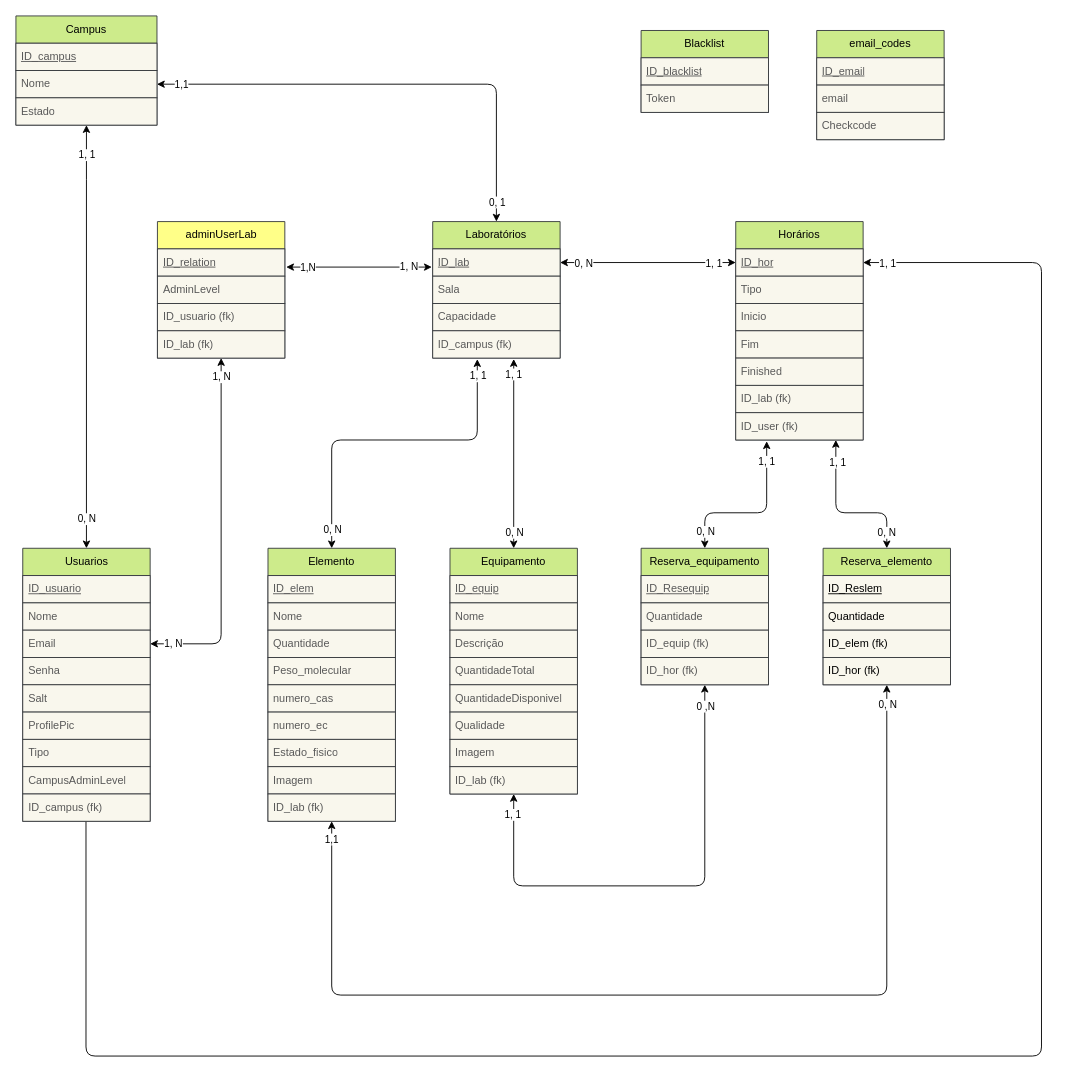
Before: diagrams/database.drawio in MatheusCamargoGinebro/APIFlab, a draw.io diagram. Source tidied: cells renumbered, new cells numbered last; positions are measured from the earlier drawing's top-left corner, leaving out a move shared by most shapes. Both pictures are drawn from the tidied source at 91%, with x=0, y=0 at pixel (15, 15).
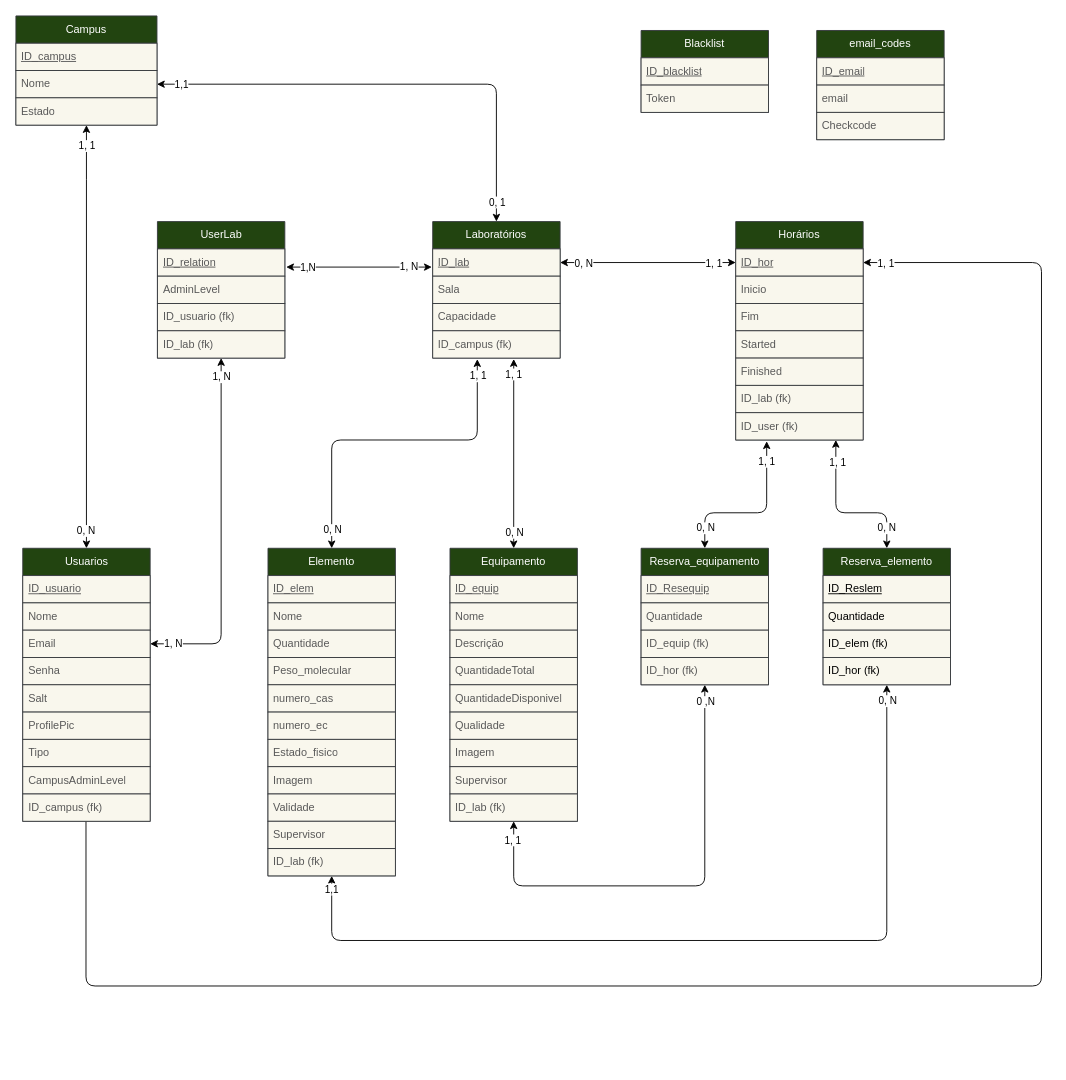
The same diagram, later.

The change refers to these unchanged cells:
```xml
<mxCell id="18" style="edgeStyle=orthogonalEdgeStyle;rounded=0;jettySize=auto;html=1;entryX=0.5;entryY=0;entryDx=0;entryDy=0;startArrow=classic;startFill=1;exitX=0.5;exitY=1;exitDx=0;exitDy=0;" parent="1" edge="1" source="21" target="8">
  <mxGeometry relative="1" as="geometry">
    <Array as="points">
      <mxPoint x="78" y="180" />
      <mxPoint x="77" y="180" />
    </Array>
  </mxGeometry>
</mxCell>
<mxCell id="33" style="edgeStyle=orthogonalEdgeStyle;rounded=1;jettySize=auto;html=1;startArrow=classic;startFill=1;exitX=0.243;exitY=1.047;exitDx=0;exitDy=0;exitPerimeter=0;" parent="1" edge="1" source="46" target="78">
  <mxGeometry relative="1" as="geometry">
    <Array as="points">
      <mxPoint x="825" y="546" />
      <mxPoint x="757" y="546" />
    </Array>
  </mxGeometry>
</mxCell>
<mxCell id="36" style="edgeStyle=orthogonalEdgeStyle;rounded=1;jettySize=auto;html=1;entryX=0.5;entryY=0;entryDx=0;entryDy=0;startArrow=classic;startFill=1;" parent="1" edge="1" source="39" target="83">
  <mxGeometry relative="1" as="geometry">
    <Array as="points">
      <mxPoint x="901" y="546" />
      <mxPoint x="957" y="546" />
    </Array>
  </mxGeometry>
</mxCell>
<mxCell id="40" value="ID_hor" style="text;strokeColor=#36393d;fillColor=#f9f7ed;align=left;verticalAlign=middle;spacingLeft=4;spacingRight=4;overflow=hidden;points=[[0,0.5],[1,0.5]];portConstraint=eastwest;whiteSpace=wrap;html=1;fontStyle=4;fontColor=#595959;" parent="39" vertex="1">
  <mxGeometry y="30" width="140" height="30" as="geometry" />
</mxCell>
<mxCell id="60" style="edgeStyle=orthogonalEdgeStyle;html=1;startArrow=classic;startFill=1;entryX=0.5;entryY=1;entryDx=0;entryDy=0;" parent="1" edge="1" source="63" target="78">
  <mxGeometry relative="1" as="geometry">
    <Array as="points">
      <mxPoint x="547" y="956" />
      <mxPoint x="757" y="956" />
    </Array>
  </mxGeometry>
</mxCell>
```

Diff of the diagram source:
```diff
@@
     <mxCell id="2" style="edgeStyle=orthogonalEdgeStyle;rounded=1;jettySize=auto;html=1;startArrow=classic;startFill=1;entryX=1;entryY=0.5;entryDx=0;entryDy=0;" parent="1" edge="1" target="40">
       <mxGeometry relative="1" as="geometry">
         <mxPoint x="77" y="768" as="sourcePoint" />
         <Array as="points">
-          <mxPoint x="77" y="1143" />
-          <mxPoint x="1127" y="1143" />
+          <mxPoint x="77" y="1066" />
+          <mxPoint x="1127" y="1066" />
           <mxPoint x="1127" y="271" />
         </Array>
       </mxGeometry>
     </mxCell>
@@
-    <mxCell id="8" value="Usuarios" style="swimlane;fontStyle=0;horizontal=1;startSize=30;whiteSpace=wrap;html=1;fillColor=#cdeb8b;strokeColor=#36393d;fontColor=#000000;" parent="1" vertex="1">
+    <mxCell id="8" value="Usuarios" style="swimlane;fontStyle=0;horizontal=1;startSize=30;whiteSpace=wrap;html=1;fillColor=#224410;strokeColor=#36393d;fontColor=#FFFFFF;" parent="1" vertex="1">
       <mxGeometry x="7.5" y="585" width="140" height="300" as="geometry" />
     </mxCell>
@@
     <mxCell id="19" value="1, 1" style="edgeLabel;html=1;align=center;verticalAlign=middle;fontColor=#000000;labelBackgroundColor=#FFFFFF;" parent="18" vertex="1">
       <mxGeometry x="-0.77" y="1" relative="1" as="geometry">
-        <mxPoint x="-1" y="-21" as="offset" />
+        <mxPoint x="-1" y="-31" as="offset" />
       </mxGeometry>
     </mxCell>
     <mxCell id="20" value="0, N" style="edgeLabel;html=1;align=center;verticalAlign=middle;fontColor=#000000;labelBackgroundColor=#FFFFFF;" parent="18" vertex="1">
       <mxGeometry x="0.74" y="1" relative="1" as="geometry">
-        <mxPoint x="-1" y="27" as="offset" />
+        <mxPoint x="-2" y="40" as="offset" />
       </mxGeometry>
     </mxCell>
-    <mxCell id="21" value="Campus" style="swimlane;fontStyle=0;horizontal=1;startSize=30;whiteSpace=wrap;html=1;fillColor=#cdeb8b;strokeColor=#36393d;fontColor=#000000;" parent="1" vertex="1">
+    <mxCell id="21" value="Campus" style="swimlane;fontStyle=0;horizontal=1;startSize=30;whiteSpace=wrap;html=1;fillColor=#224410;strokeColor=#36393d;fontColor=#FFFFFF;" parent="1" vertex="1">
       <mxGeometry width="155" height="120" as="geometry" />
     </mxCell>
@@
-    <mxCell id="28" value="Laboratórios" style="swimlane;fontStyle=0;horizontal=1;startSize=30;whiteSpace=wrap;html=1;fillColor=#cdeb8b;strokeColor=#36393d;fontColor=#000000;" parent="1" vertex="1">
+    <mxCell id="28" value="Laboratórios" style="swimlane;fontStyle=0;horizontal=1;startSize=30;whiteSpace=wrap;html=1;fillColor=#224410;strokeColor=#36393d;fontColor=#FFFFFF;" parent="1" vertex="1">
       <mxGeometry x="458" y="226" width="140" height="150" as="geometry" />
     </mxCell>
@@
     <mxCell id="35" value="0, N" style="edgeLabel;html=1;align=center;verticalAlign=middle;fontColor=#000000;labelBackgroundColor=#FFFFFF;" parent="33" vertex="1">
       <mxGeometry x="0.76" y="1" relative="1" as="geometry">
-        <mxPoint x="-1" y="4" as="offset" />
+        <mxPoint x="-1" as="offset" />
       </mxGeometry>
     </mxCell>
@@
     <mxCell id="37" value="0, N" style="edgeLabel;html=1;align=center;verticalAlign=middle;fontColor=#000000;labelBackgroundColor=#FFFFFF;" parent="36" vertex="1">
       <mxGeometry x="0.76" y="2" relative="1" as="geometry">
-        <mxPoint x="-3" y="3" as="offset" />
+        <mxPoint x="-3" y="-2" as="offset" />
       </mxGeometry>
     </mxCell>
@@
-    <mxCell id="39" value="Horários" style="swimlane;fontStyle=0;horizontal=1;startSize=30;whiteSpace=wrap;html=1;fillColor=#cdeb8b;strokeColor=#36393d;fontColor=#000000;" parent="1" vertex="1">
+    <mxCell id="39" value="Horários" style="swimlane;fontStyle=0;horizontal=1;startSize=30;whiteSpace=wrap;html=1;fillColor=#224410;strokeColor=#36393d;fontColor=#FFFFFF;" parent="1" vertex="1">
       <mxGeometry x="791" y="226" width="140" height="240" as="geometry" />
     </mxCell>
@@
-    <mxCell id="41" value="Tipo" style="text;strokeColor=#36393d;fillColor=#f9f7ed;align=left;verticalAlign=middle;spacingLeft=4;spacingRight=4;overflow=hidden;whiteSpace=wrap;html=1;fontStyle=0;fontColor=#595959;" parent="39" vertex="1">
-      <mxGeometry y="60" width="140" height="30" as="geometry" />
-    </mxCell>
     <mxCell id="42" value="Inicio" style="text;strokeColor=#36393d;fillColor=#f9f7ed;align=left;verticalAlign=middle;spacingLeft=4;spacingRight=4;overflow=hidden;whiteSpace=wrap;html=1;fontStyle=0;fontColor=#595959;" parent="39" vertex="1">
-      <mxGeometry y="90" width="140" height="30" as="geometry" />
+      <mxGeometry y="60" width="140" height="30" as="geometry" />
     </mxCell>
     <mxCell id="43" value="Fim" style="text;strokeColor=#36393d;fillColor=#f9f7ed;align=left;verticalAlign=middle;spacingLeft=4;spacingRight=4;overflow=hidden;whiteSpace=wrap;html=1;fontStyle=0;fontColor=#595959;" parent="39" vertex="1">
-      <mxGeometry y="120" width="140" height="30" as="geometry" />
+      <mxGeometry y="90" width="140" height="30" as="geometry" />
     </mxCell>
+    <mxCell id="106" value="Started" style="text;strokeColor=#36393d;fillColor=#f9f7ed;align=left;verticalAlign=middle;spacingLeft=4;spacingRight=4;overflow=hidden;whiteSpace=wrap;html=1;fontStyle=0;fontColor=#595959;" parent="39" vertex="1">
+      <mxGeometry y="120" width="140" height="30" as="geometry" />
+    </mxCell>
@@
     <mxCell id="47" style="edgeStyle=orthogonalEdgeStyle;html=1;fontColor=#595959;startArrow=classic;startFill=1;entryX=0.5;entryY=1;entryDx=0;entryDy=0;" parent="1" edge="1" source="50" target="83">
       <mxGeometry relative="1" as="geometry">
         <Array as="points">
-          <mxPoint x="347" y="1076" />
-          <mxPoint x="957" y="1076" />
+          <mxPoint x="347" y="1016" />
+          <mxPoint x="957" y="1016" />
         </Array>
       </mxGeometry>
     </mxCell>
@@
-    <mxCell id="50" value="Elemento" style="swimlane;fontStyle=0;horizontal=1;startSize=30;whiteSpace=wrap;html=1;fillColor=#cdeb8b;strokeColor=#36393d;fontColor=#000000;labelBackgroundColor=none;" parent="1" vertex="1">
-      <mxGeometry x="277" y="585" width="140" height="300" as="geometry" />
+    <mxCell id="50" value="Elemento" style="swimlane;fontStyle=0;horizontal=1;startSize=30;whiteSpace=wrap;html=1;fillColor=#224410;strokeColor=#36393d;fontColor=#FFFFFF;labelBackgroundColor=none;" parent="1" vertex="1">
+      <mxGeometry x="277" y="585" width="140" height="360" as="geometry" />
     </mxCell>
@@
+    <mxCell id="107" value="Validade" style="text;strokeColor=#36393d;fillColor=#f9f7ed;align=left;verticalAlign=middle;spacingLeft=4;spacingRight=4;overflow=hidden;whiteSpace=wrap;html=1;fontStyle=0;fontColor=#595959;" parent="50" vertex="1">
+      <mxGeometry y="270" width="140" height="30" as="geometry" />
+    </mxCell>
+    <mxCell id="108" value="Supervisor" style="text;strokeColor=#36393d;fillColor=#f9f7ed;align=left;verticalAlign=middle;spacingLeft=4;spacingRight=4;overflow=hidden;whiteSpace=wrap;html=1;fontStyle=0;fontColor=#595959;" parent="50" vertex="1">
+      <mxGeometry y="300" width="140" height="30" as="geometry" />
+    </mxCell>
     <mxCell id="59" value="ID_lab (fk)" style="text;strokeColor=#36393d;fillColor=#f9f7ed;align=left;verticalAlign=middle;spacingLeft=4;spacingRight=4;overflow=hidden;whiteSpace=wrap;html=1;fontStyle=0;fontColor=#595959;" parent="50" vertex="1">
-      <mxGeometry y="270" width="140" height="30" as="geometry" />
+      <mxGeometry y="330" width="140" height="30" as="geometry" />
     </mxCell>
@@
     <mxCell id="62" value="0 ,N" style="edgeLabel;html=1;align=center;verticalAlign=middle;fontColor=#000000;labelBackgroundColor=#FFFFFF;" parent="60" vertex="1">
       <mxGeometry x="0.91" relative="1" as="geometry">
-        <mxPoint y="-1" as="offset" />
+        <mxPoint y="-5" as="offset" />
       </mxGeometry>
     </mxCell>
-    <mxCell id="63" value="Equipamento" style="swimlane;fontStyle=0;horizontal=1;startSize=30;whiteSpace=wrap;html=1;fillColor=#cdeb8b;strokeColor=#36393d;fontColor=#000000;" parent="1" vertex="1">
-      <mxGeometry x="477" y="585" width="140" height="270" as="geometry" />
+    <mxCell id="63" value="Equipamento" style="swimlane;fontStyle=0;horizontal=1;startSize=30;whiteSpace=wrap;html=1;fillColor=#224410;strokeColor=#36393d;fontColor=#FFFFFF;" parent="1" vertex="1">
+      <mxGeometry x="477" y="585" width="140" height="300" as="geometry" />
     </mxCell>
@@
+    <mxCell id="109" value="Supervisor" style="text;strokeColor=#36393d;fillColor=#f9f7ed;align=left;verticalAlign=middle;spacingLeft=4;spacingRight=4;overflow=hidden;whiteSpace=wrap;html=1;fontStyle=0;fontColor=#595959;" parent="63" vertex="1">
+      <mxGeometry y="240" width="140" height="30" as="geometry" />
+    </mxCell>
     <mxCell id="71" value="ID_lab (fk)" style="text;strokeColor=#36393d;fillColor=#f9f7ed;align=left;verticalAlign=middle;spacingLeft=4;spacingRight=4;overflow=hidden;whiteSpace=wrap;html=1;fontStyle=0;fontColor=#595959;" parent="63" vertex="1">
-      <mxGeometry y="240" width="140" height="30" as="geometry" />
+      <mxGeometry y="270" width="140" height="30" as="geometry" />
     </mxCell>
@@
-    <mxCell id="78" value="Reserva_equipamento" style="swimlane;fontStyle=0;horizontal=1;startSize=30;whiteSpace=wrap;html=1;fillColor=#cdeb8b;strokeColor=#36393d;fontColor=#000000;" parent="1" vertex="1">
+    <mxCell id="78" value="Reserva_equipamento" style="swimlane;fontStyle=0;horizontal=1;startSize=30;whiteSpace=wrap;html=1;fillColor=#224410;strokeColor=#36393d;fontColor=#FFFFFF;" parent="1" vertex="1">
       <mxGeometry x="687" y="585" width="140" height="150" as="geometry" />
     </mxCell>
@@
-    <mxCell id="83" value="Reserva_elemento" style="swimlane;fontStyle=0;horizontal=1;startSize=30;whiteSpace=wrap;html=1;fillColor=#cdeb8b;strokeColor=#36393d;fontColor=#000000;" parent="1" vertex="1">
+    <mxCell id="83" value="Reserva_elemento" style="swimlane;fontStyle=0;horizontal=1;startSize=30;whiteSpace=wrap;html=1;fillColor=#224410;strokeColor=#36393d;fontColor=#FFFFFF;" parent="1" vertex="1">
       <mxGeometry x="887" y="585" width="140" height="150" as="geometry" />
     </mxCell>
@@
-    <mxCell id="91" value="adminUserLab" style="swimlane;fontStyle=0;horizontal=1;startSize=30;whiteSpace=wrap;html=1;fillColor=#ffff88;strokeColor=#36393d;fontColor=#000000;" parent="1" vertex="1">
+    <mxCell id="91" value="UserLab" style="swimlane;fontStyle=0;horizontal=1;startSize=30;whiteSpace=wrap;html=1;fillColor=#224410;strokeColor=#36393d;fontColor=#FFFFFF;" parent="1" vertex="1">
       <mxGeometry x="155.5" y="226" width="140" height="150" as="geometry" />
     </mxCell>
@@
-    <mxCell id="99" value="Blacklist" style="swimlane;fontStyle=0;horizontal=1;startSize=30;whiteSpace=wrap;html=1;fillColor=#cdeb8b;strokeColor=#36393d;fontColor=#000000;" parent="1" vertex="1">
+    <mxCell id="99" value="Blacklist" style="swimlane;fontStyle=0;horizontal=1;startSize=30;whiteSpace=wrap;html=1;fillColor=#224410;strokeColor=#36393d;fontColor=#FFFFFF;" parent="1" vertex="1">
       <mxGeometry x="687" y="16" width="140" height="90" as="geometry" />
     </mxCell>
@@
-    <mxCell id="102" value="email_codes" style="swimlane;fontStyle=0;horizontal=1;startSize=30;whiteSpace=wrap;html=1;fillColor=#cdeb8b;strokeColor=#36393d;fontColor=#000000;" parent="1" vertex="1">
+    <mxCell id="102" value="email_codes" style="swimlane;fontStyle=0;horizontal=1;startSize=30;whiteSpace=wrap;html=1;fillColor=#224410;strokeColor=#36393d;fontColor=#FFFFFF;" parent="1" vertex="1">
       <mxGeometry x="880" y="16" width="140" height="120" as="geometry" />
     </mxCell>
```
